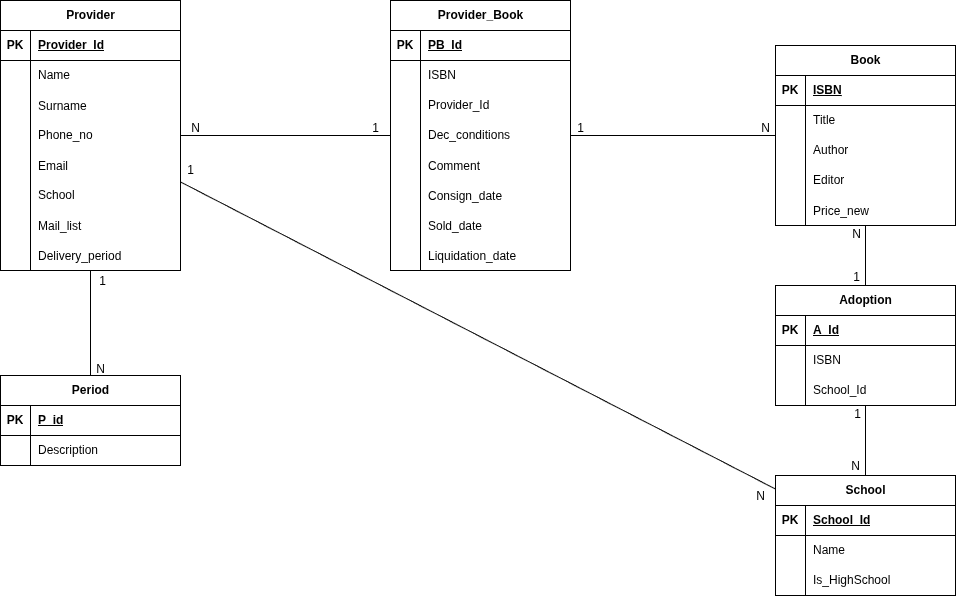
pontig/lokalino_mlud keeps this draw.io diagram as documentation/assets/er_diagram.png. Above is the earlier version. Source tidied: cells renumbered, new cells last; positions are measured from the earlier drawing's top-left corner, leaving out a move shared by most shapes.
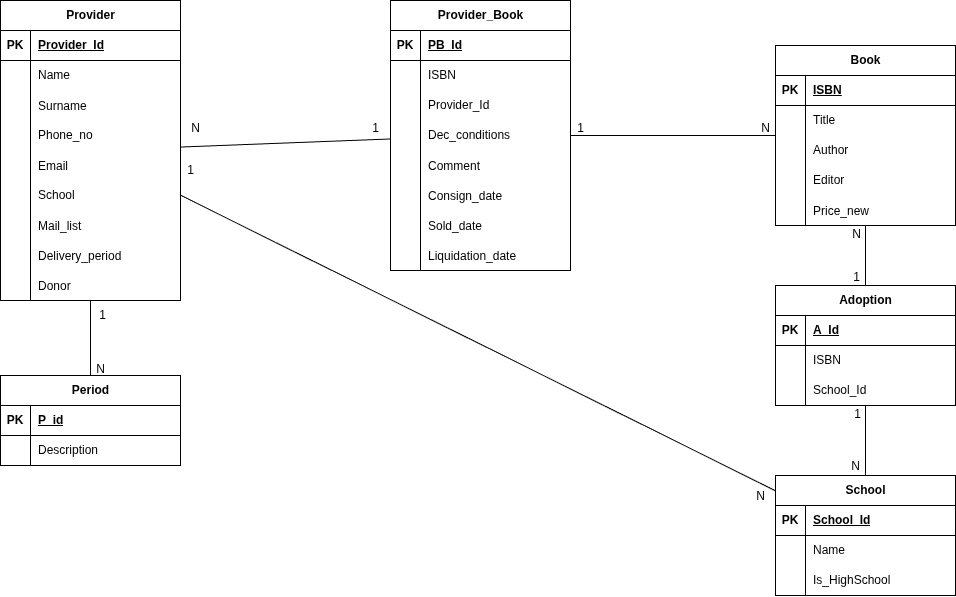
The same diagram one commit later.

Change to the diagram source:
```diff
@@ -9,7 +9,7 @@
       <mxGeometry relative="1" as="geometry" />
     </mxCell>
     <mxCell id="4" value="Provider" style="shape=table;startSize=30;rowLines=0;fontStyle=1;align=center;html=1;" parent="1" vertex="1">
-      <mxGeometry width="180" height="270" as="geometry" />
+      <mxGeometry width="180" height="300" as="geometry" />
     </mxCell>
     <mxCell id="5" style="shape=tableRow;horizontal=0;startSize=0;swimlaneHead=0;swimlaneBody=0;fillColor=none;top=0;left=0;right=0;bottom=1;" parent="4" vertex="1">
       <mxGeometry y="30" width="180" height="30" as="geometry" />
@@ -83,6 +83,15 @@
     <mxCell id="28" value="Delivery_period" style="shape=partialRectangle;fillColor=none;top=0;left=0;bottom=0;right=0;align=left;spacingLeft=6;overflow=hidden;" parent="26" vertex="1">
       <mxGeometry x="30" width="150" height="30" as="geometry" />
     </mxCell>
+    <mxCell id="113" style="shape=tableRow;horizontal=0;startSize=0;swimlaneHead=0;swimlaneBody=0;fillColor=none;top=0;left=0;right=0;bottom=0;" parent="4" vertex="1">
+      <mxGeometry y="270" width="180" height="30" as="geometry" />
+    </mxCell>
+    <mxCell id="114" style="shape=partialRectangle;fillColor=none;top=0;left=0;bottom=0;right=0;overflow=hidden;" parent="113" vertex="1">
+      <mxGeometry width="30" height="30" as="geometry" />
+    </mxCell>
+    <mxCell id="115" value="Donor" style="shape=partialRectangle;fillColor=none;top=0;left=0;bottom=0;right=0;align=left;spacingLeft=6;overflow=hidden;" parent="113" vertex="1">
+      <mxGeometry x="30" width="150" height="30" as="geometry" />
+    </mxCell>
     <mxCell id="29" style="edgeStyle=orthogonalEdgeStyle;rounded=0;jettySize=auto;html=1;endArrow=none;startFill=0;" parent="1" edge="1" source="30" target="78">
       <mxGeometry relative="1" as="geometry" />
     </mxCell>
@@ -330,7 +339,7 @@
       <mxGeometry x="30" width="150" height="30" as="geometry" />
     </mxCell>
     <mxCell id="111" value="1" style="text;html=1;align=center;verticalAlign=middle;strokeColor=none;fillColor=none;" parent="1" vertex="1">
-      <mxGeometry x="87" y="266" width="30" height="30" as="geometry" />
+      <mxGeometry x="87" y="300" width="30" height="30" as="geometry" />
     </mxCell>
     <mxCell id="112" value="N" style="text;html=1;align=center;verticalAlign=middle;strokeColor=none;fillColor=none;" parent="1" vertex="1">
       <mxGeometry x="85" y="354" width="30" height="30" as="geometry" />
```
